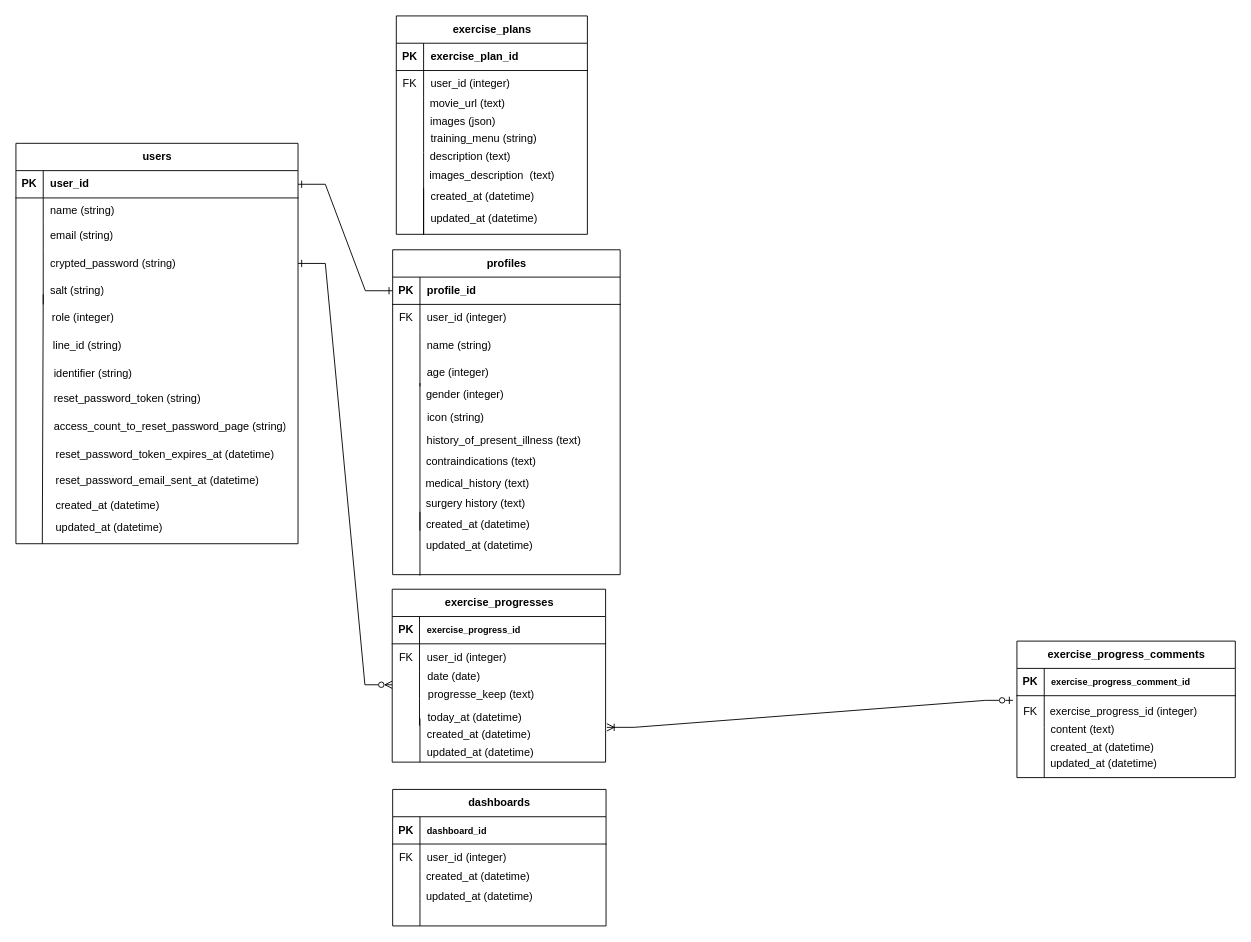
Above: ER図.drawio in shimicha/rehabili_tracking_app (draw.io), before the change. Source tidied: cells renumbered, new cells numbered last; positions are measured from the earlier drawing's top-left corner, leaving out a move shared by most shapes. Both pictures are drawn from the tidied source at 91%, with x=0, y=0 at pixel (15, 15).
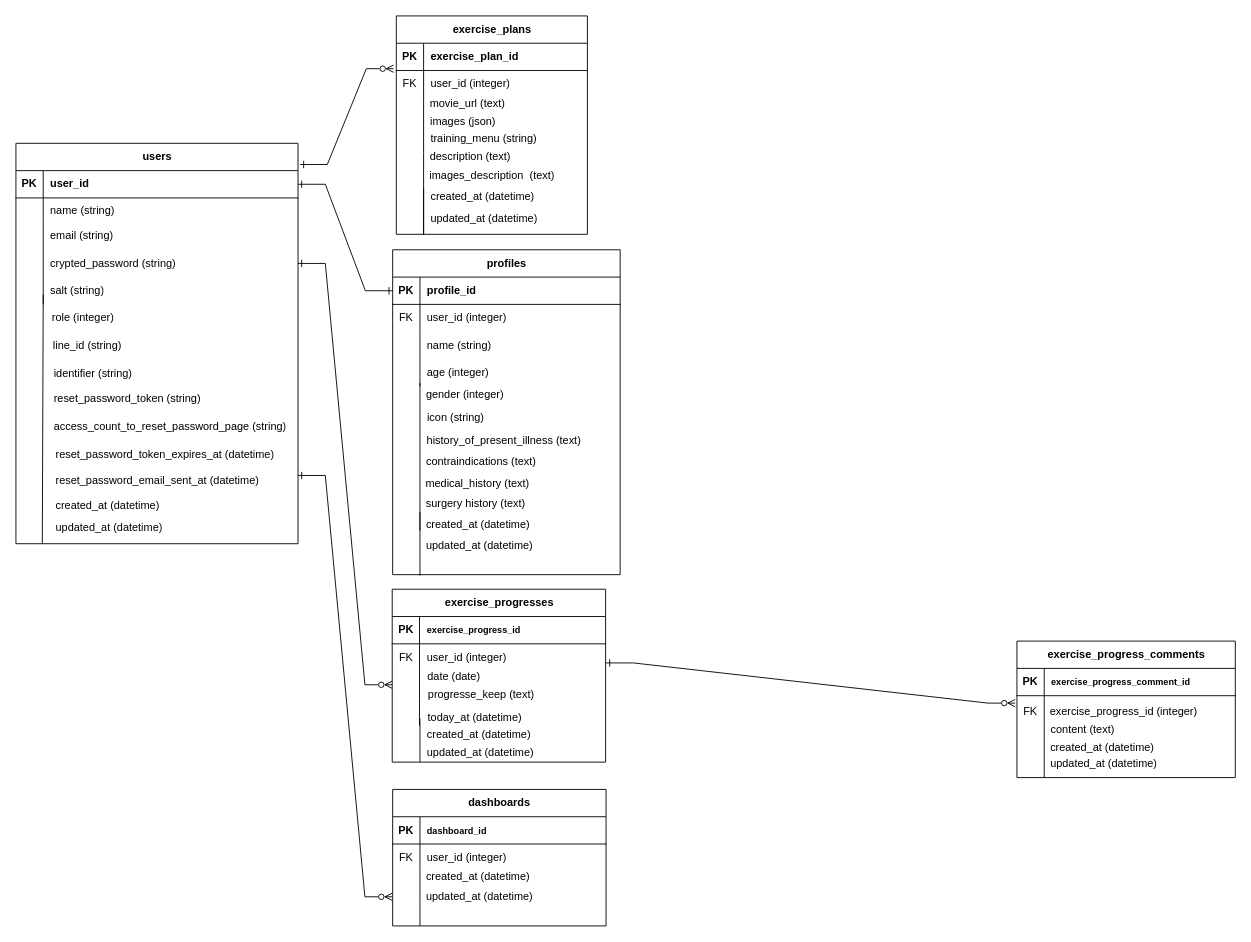
The same diagram, later.

Commit message (it also covers changes not shown here):
README修正、ER図修正

The change refers to these unchanged cells:
```xml
<mxCell id="3" style="shape=tableRow;horizontal=0;startSize=0;swimlaneHead=0;swimlaneBody=0;fillColor=none;points=[[0,0.5],[1,0.5]];portConstraint=eastwest;top=0;left=0;right=0;bottom=1;" parent="2" vertex="1">
  <mxGeometry y="30" width="310" height="30" as="geometry" />
</mxCell>
<mxCell id="22" style="shape=tableRow;horizontal=0;startSize=0;swimlaneHead=0;swimlaneBody=0;fillColor=none;points=[[0,0.5],[1,0.5]];portConstraint=eastwest;top=0;left=0;right=0;bottom=0;" parent="18" vertex="1">
  <mxGeometry y="60" width="210" height="30" as="geometry" />
</mxCell>
<mxCell id="48" style="shape=tableRow;horizontal=0;startSize=0;swimlaneHead=0;swimlaneBody=0;fillColor=none;points=[[0,0.5],[1,0.5]];portConstraint=eastwest;top=0;left=0;right=0;bottom=0;" parent="44" vertex="1">
  <mxGeometry y="60" width="240" height="35" as="geometry" />
</mxCell>
<mxCell id="71" style="shape=tableRow;horizontal=0;startSize=0;swimlaneHead=0;swimlaneBody=0;fillColor=none;points=[[0,0.5],[1,0.5]];portConstraint=eastwest;top=0;left=0;right=0;bottom=0;" parent="61" vertex="1">
  <mxGeometry y="120" width="234.5" height="30" as="geometry" />
</mxCell>
```

Change to the diagram source:
```diff
@@
-    <mxCell id="76" style="edgeStyle=entityRelationEdgeStyle;fontSize=12;html=1;endArrow=ERzeroToOne;endFill=0;rounded=0;fontFamily=Helvetica;fontColor=default;startArrow=ERoneToMany;startFill=0;entryX=-0.018;entryY=0.146;entryDx=0;entryDy=0;entryPerimeter=0;exitX=1.006;exitY=1.059;exitDx=0;exitDy=0;exitPerimeter=0;" parent="1" edge="1" source="71" target="48">
-      <mxGeometry relative="1" as="geometry">
-        <Array as="points">
-          <mxPoint x="1065.8" y="429" />
-          <mxPoint x="1065.8" y="422" />
-          <mxPoint x="1118.5" y="831.6" />
-        </Array>
-      </mxGeometry>
-    </mxCell>
@@
+    <mxCell id="123" style="edgeStyle=entityRelationEdgeStyle;fontSize=12;html=1;endArrow=ERzeroToMany;endFill=0;rounded=0;fontFamily=Helvetica;fontColor=default;startArrow=ERone;startFill=0;entryX=0;entryY=0.5;entryDx=0;entryDy=0;exitX=1;exitY=0.5;exitDx=0;exitDy=0;" parent="1" edge="1">
+      <mxGeometry relative="1" as="geometry">
+        <mxPoint x="310" y="505" as="sourcePoint" />
+        <mxPoint x="413.5" y="968" as="targetPoint" />
+        <Array as="points">
+          <mxPoint x="280" y="600" />
+          <mxPoint x="400" y="1233" />
+          <mxPoint x="340" y="1038" />
+          <mxPoint x="360" y="1083" />
+        </Array>
+      </mxGeometry>
+    </mxCell>
+    <mxCell id="124" style="edgeStyle=entityRelationEdgeStyle;fontSize=12;html=1;endArrow=ERzeroToMany;endFill=0;rounded=0;fontFamily=Helvetica;fontColor=default;startArrow=ERone;startFill=0;exitX=1.007;exitY=-0.224;exitDx=0;exitDy=0;exitPerimeter=0;entryX=-0.014;entryY=-0.067;entryDx=0;entryDy=0;entryPerimeter=0;" parent="1" edge="1" source="3" target="22">
+      <mxGeometry relative="1" as="geometry">
+        <Array as="points">
+          <mxPoint x="267" y="84" />
+          <mxPoint x="387" y="717" />
+          <mxPoint x="327" y="522" />
+          <mxPoint x="347" y="567" />
+        </Array>
+      </mxGeometry>
+    </mxCell>
+    <mxCell id="125" style="edgeStyle=entityRelationEdgeStyle;fontSize=12;html=1;endArrow=ERzeroToMany;endFill=0;rounded=0;fontFamily=Helvetica;fontColor=default;startArrow=ERone;startFill=0;exitX=1.007;exitY=-0.224;exitDx=0;exitDy=0;exitPerimeter=0;entryX=-0.008;entryY=0.233;entryDx=0;entryDy=0;entryPerimeter=0;" parent="1" edge="1" target="48">
+      <mxGeometry relative="1" as="geometry">
+        <mxPoint x="648.5" y="711" as="sourcePoint" />
+        <Array as="points">
+          <mxPoint x="603.3" y="631.7" />
+          <mxPoint x="723.3" y="1264.7" />
+          <mxPoint x="663.3" y="1069.7" />
+          <mxPoint x="683.3" y="1114.7" />
+        </Array>
+      </mxGeometry>
+    </mxCell>
```
